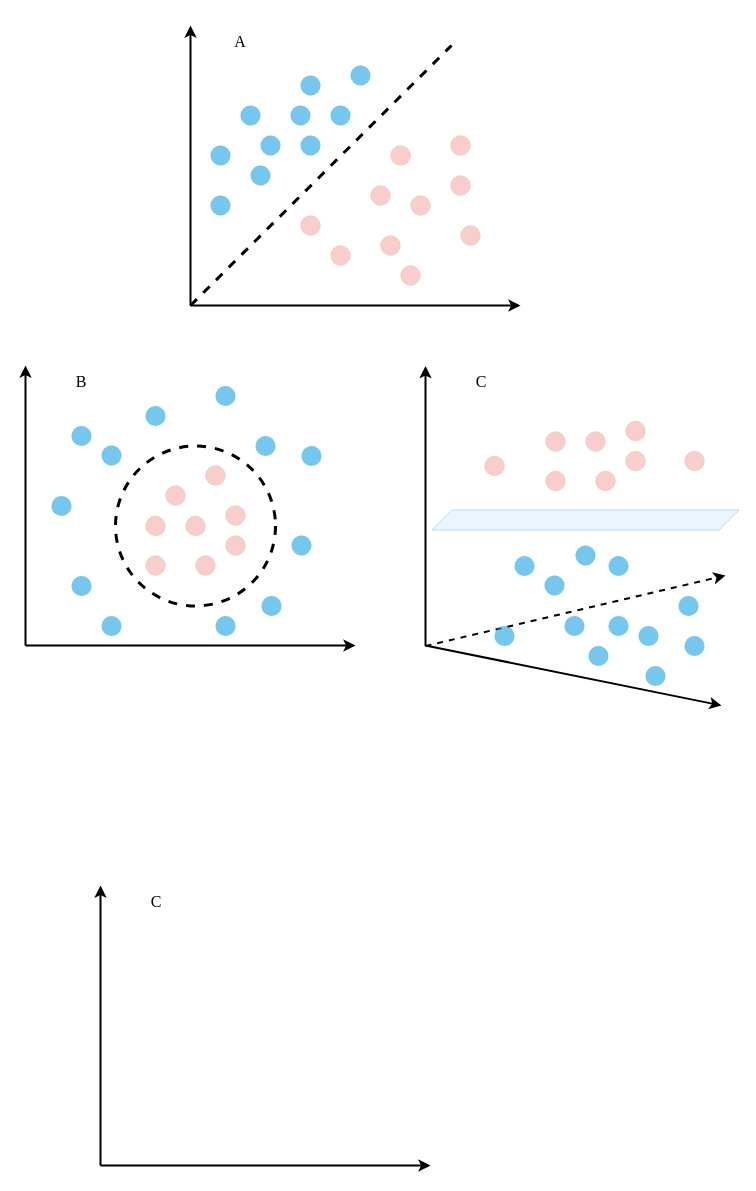
Before: SVM.drawio in wangrui99/algs4, a draw.io diagram. Source tidied: cells renumbered, new cells numbered last; positions are measured from the earlier drawing's top-left corner, leaving out a move shared by most shapes. Both pictures are drawn from the tidied source at 100%, with x=0, y=0 at pixel (25, 25).
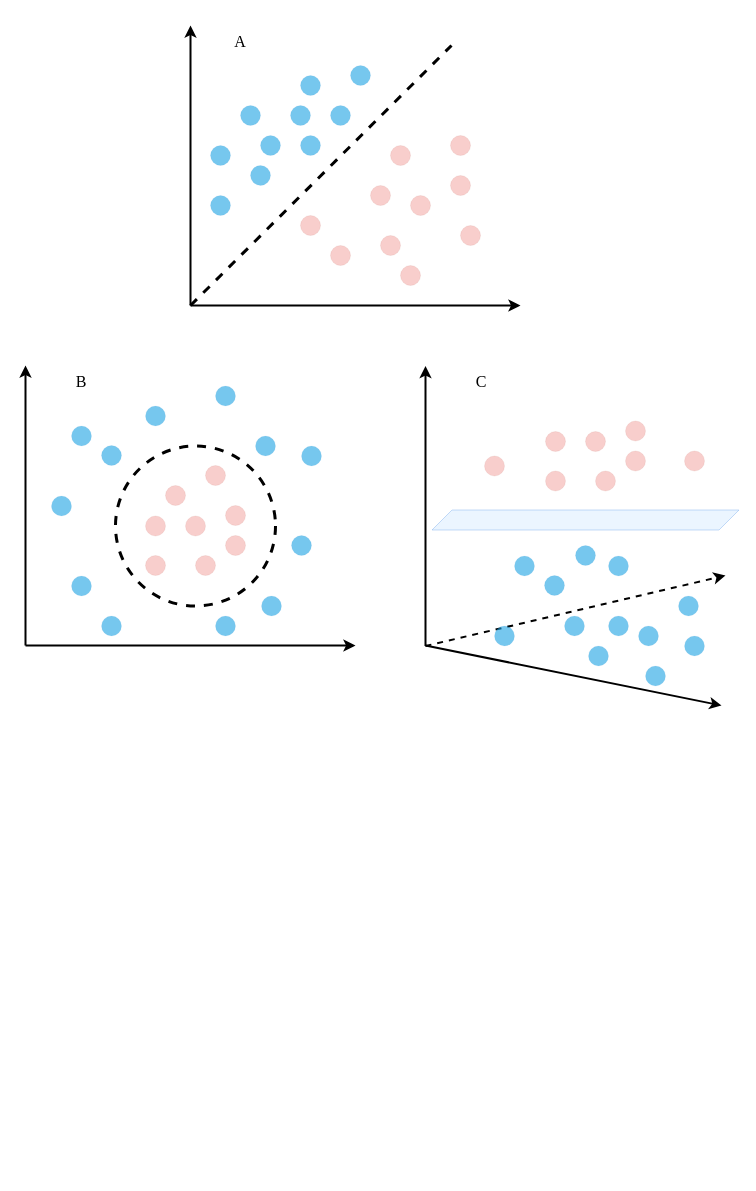
After the change.

Change to the diagram source:
```diff
@@
-    <mxCell id="53" style="endArrow=classic;html=1;rounded=0;strokeWidth=2;" parent="1" edge="1">
-      <mxGeometry relative="1" as="geometry">
-        <mxPoint x="75" y="1140" as="sourcePoint" />
-        <mxPoint x="75" y="860" as="targetPoint" />
-      </mxGeometry>
-    </mxCell>
-    <mxCell id="54" style="endArrow=classic;html=1;rounded=0;strokeWidth=2;" parent="1" edge="1">
-      <mxGeometry relative="1" as="geometry">
-        <mxPoint x="75" y="1140" as="sourcePoint" />
-        <mxPoint x="405" y="1140" as="targetPoint" />
-      </mxGeometry>
-    </mxCell>
@@
-    <mxCell id="75" value="&lt;font style=&quot;font-size: 16px;&quot; face=&quot;Times New Roman&quot;&gt;C&lt;/font&gt;" style="text;html=1;strokeColor=none;fillColor=none;align=center;verticalAlign=middle;whiteSpace=wrap;rounded=0;" parent="1" vertex="1">
-      <mxGeometry x="101" y="860.5" width="60" height="30" as="geometry" />
-    </mxCell>
```
